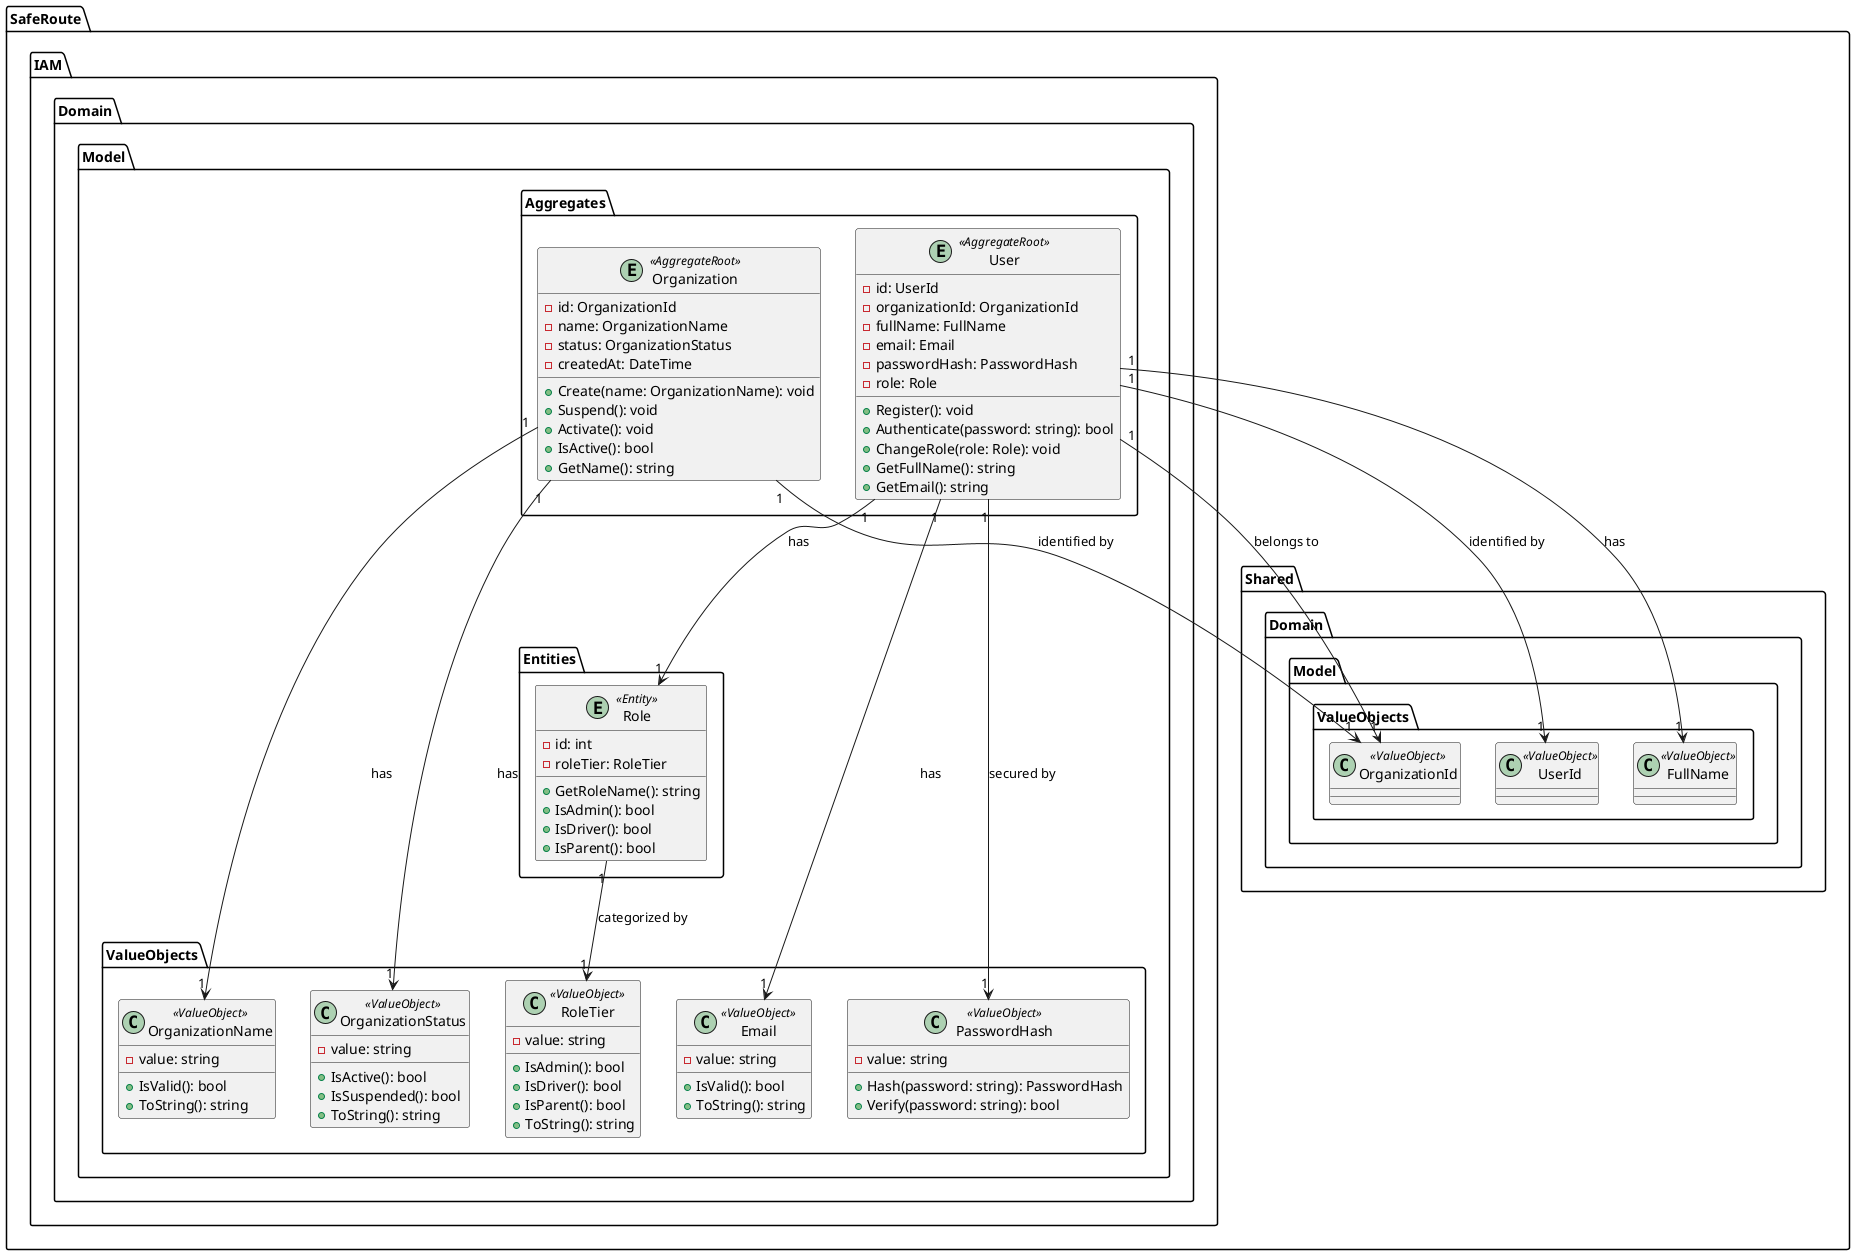
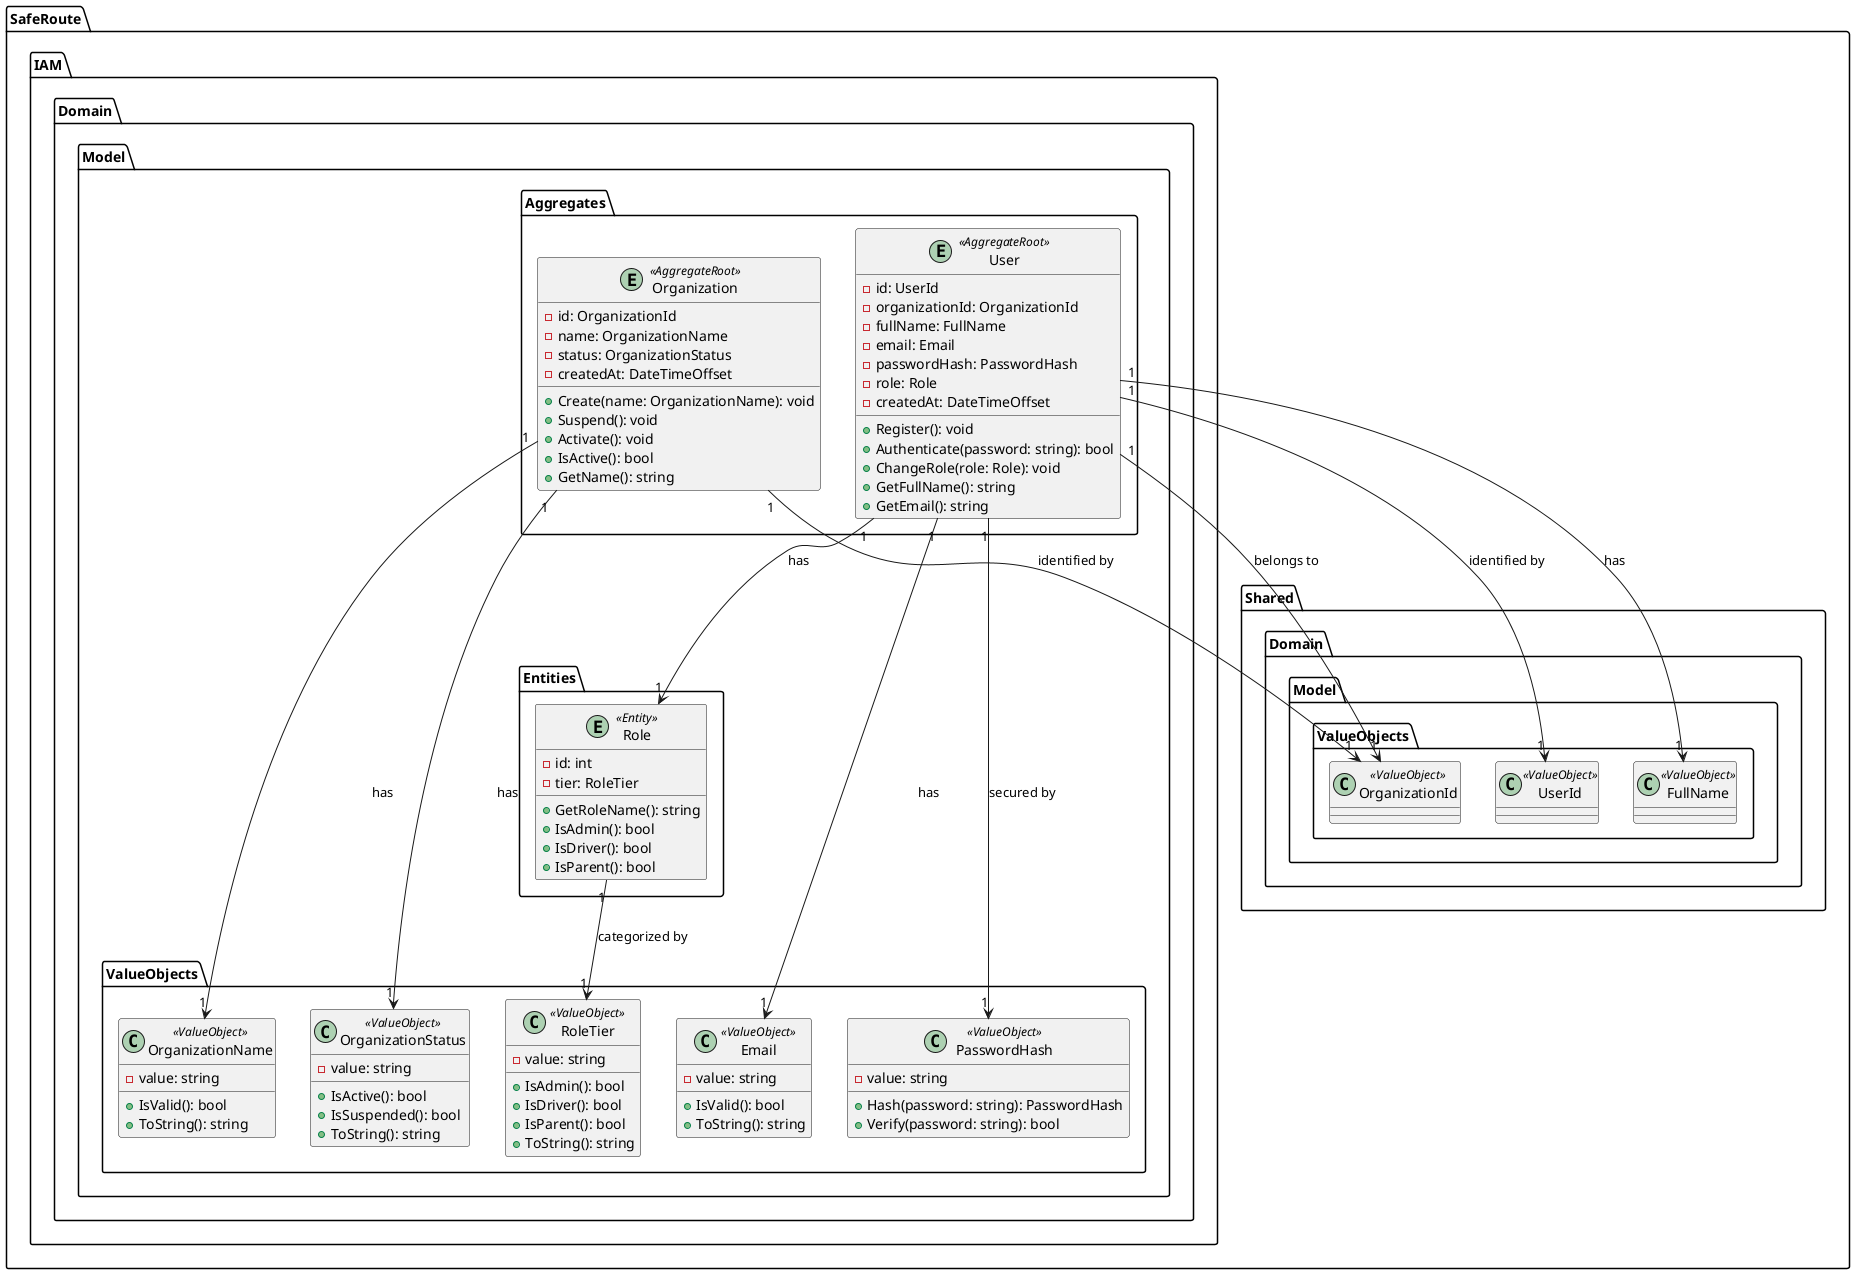
@startuml
skinparam monochrome false

package "SafeRoute.IAM.Domain.Model.Aggregates" {
  entity "Organization" as Organization <<AggregateRoot>> {
    -id: OrganizationId
    -name: OrganizationName
    -status: OrganizationStatus
-     -createdAt: DateTime
+     -createdAt: DateTimeOffset
    +Create(name: OrganizationName): void
    +Suspend(): void
    +Activate(): void
    +IsActive(): bool
    +GetName(): string
  }

  entity "User" as User <<AggregateRoot>> {
    -id: UserId
    -organizationId: OrganizationId
    -fullName: FullName
    -email: Email
    -passwordHash: PasswordHash
    -role: Role
+     -createdAt: DateTimeOffset
    +Register(): void
    +Authenticate(password: string): bool
    +ChangeRole(role: Role): void
    +GetFullName(): string
    +GetEmail(): string
  }
}

package "SafeRoute.IAM.Domain.Model.Entities" {
  entity "Role" as Role <<Entity>> {
    -id: int
-     -roleTier: RoleTier
+     -tier: RoleTier
    +GetRoleName(): string
    +IsAdmin(): bool
    +IsDriver(): bool
    +IsParent(): bool
  }
}

package "SafeRoute.IAM.Domain.Model.ValueObjects" {
  class "OrganizationName" as OrganizationName <<ValueObject>> {
    -value: string
    +IsValid(): bool
    +ToString(): string
  }

  class "OrganizationStatus" as OrganizationStatus <<ValueObject>> {
    -value: string
    +IsActive(): bool
    +IsSuspended(): bool
    +ToString(): string
  }

  class "Email" as Email <<ValueObject>> {
    -value: string
    +IsValid(): bool
    +ToString(): string
  }

  class "PasswordHash" as PasswordHash <<ValueObject>> {
    -value: string
    +Hash(password: string): PasswordHash
    +Verify(password: string): bool
  }

  class "RoleTier" as RoleTier <<ValueObject>> {
    -value: string
    +IsAdmin(): bool
    +IsDriver(): bool
    +IsParent(): bool
    +ToString(): string
  }
}

' ─── Shared ──────────────────────────────────────────────────────────────────
package "SafeRoute.Shared.Domain.Model.ValueObjects" {
  class "OrganizationId" as SharedOrganizationId <<ValueObject>> {
  }
  class "UserId" as SharedUserId <<ValueObject>> {
  }
  class "FullName" as SharedFullName <<ValueObject>> {
  }
}

Organization "1" --> "1" SharedOrganizationId : identified by
Organization "1" --> "1" OrganizationName : has
Organization "1" --> "1" OrganizationStatus : has
User "1" --> "1" SharedUserId : identified by
User "1" --> "1" SharedOrganizationId : belongs to
User "1" --> "1" SharedFullName : has
User "1" --> "1" Email : has
User "1" --> "1" PasswordHash : secured by
User "1" --> "1" Role : has
Role "1" --> "1" RoleTier : categorized by

@enduml
